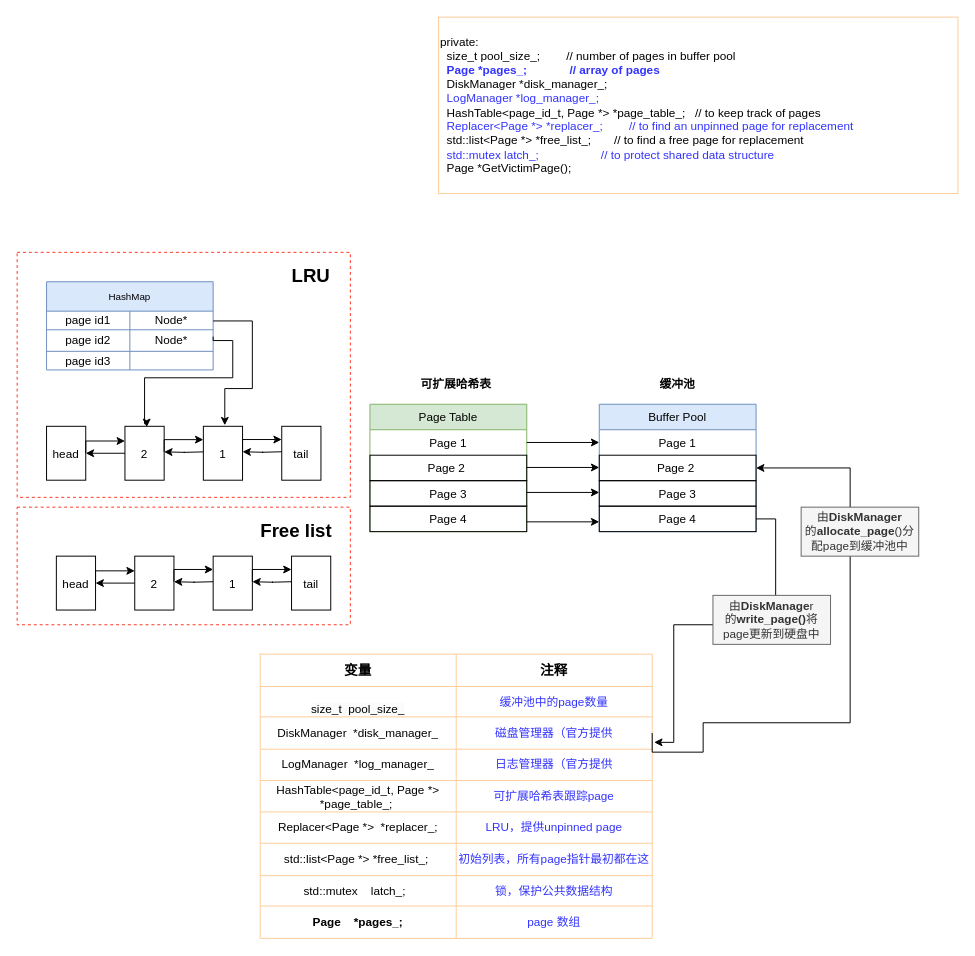
This is 未命名绘图.drawio from CrystalParaboy/cmu15445, a draw.io file, before an edit. Source tidied: cells renumbered, new cells numbered last; positions are measured from the earlier drawing's top-left corner, leaving out a move shared by most shapes. Both pictures are drawn from the tidied source at 98%, with x=0, y=0 at pixel (17, 17).
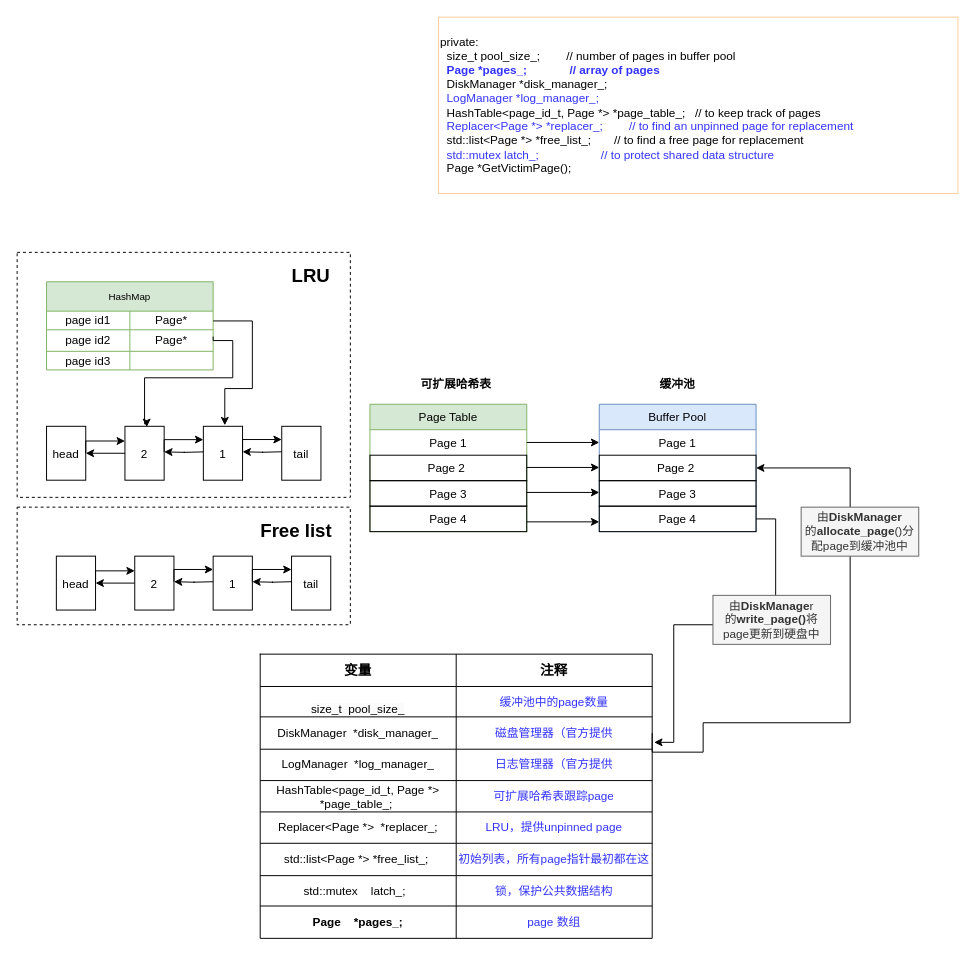
The same page after the edit.

The change refers to these unchanged cells:
```xml
<mxCell id="64" style="shape=tableRow;horizontal=0;startSize=0;swimlaneHead=0;swimlaneBody=0;top=0;left=0;bottom=0;right=0;fillColor=none;points=[[0,0.5],[1,0.5]];portConstraint=eastwest;" parent="63" vertex="1">
  <mxGeometry y="30" width="170" height="19" as="geometry" />
</mxCell>
<mxCell id="67" style="shape=tableRow;horizontal=0;startSize=0;swimlaneHead=0;swimlaneBody=0;top=0;left=0;bottom=0;right=0;fillColor=none;" parent="63" vertex="1">
  <mxGeometry y="49" width="170" height="22" as="geometry" />
</mxCell>
```

Diff of the diagram source:
```diff
@@
-    <mxCell id="2" style="rounded=0;whiteSpace=wrap;html=1;fontSize=10;strokeColor=#FF351F;dashed=1;" parent="1" vertex="1">
+    <mxCell id="2" style="rounded=0;whiteSpace=wrap;html=1;fontSize=10;dashed=1;" parent="1" vertex="1">
       <mxGeometry y="500" width="340" height="120" as="geometry" />
     </mxCell>
-    <mxCell id="3" style="rounded=0;whiteSpace=wrap;html=1;fontSize=10;strokeColor=#FF351F;dashed=1;" parent="1" vertex="1">
+    <mxCell id="3" style="rounded=0;whiteSpace=wrap;html=1;fontSize=10;dashed=1;" parent="1" vertex="1">
       <mxGeometry y="240" width="340" height="250" as="geometry" />
     </mxCell>
@@
-    <mxCell id="19" style="shape=table;startSize=0;childLayout=tableLayout;strokeColor=#FFCC99;fontColor=#3333FF;fillColor=default;" parent="1" vertex="1">
+    <mxCell id="19" style="shape=table;startSize=0;childLayout=tableLayout;" parent="1" vertex="1">
       <mxGeometry x="248" y="650" width="400" height="290" as="geometry" />
     </mxCell>
@@
-    <mxCell id="63" value="HashMap" style="shape=table;startSize=30;childLayout=tableLayout;fontSize=10;fillColor=#dae8fc;strokeColor=#6c8ebf;" parent="1" vertex="1">
+    <mxCell id="63" value="HashMap" style="shape=table;startSize=30;childLayout=tableLayout;fontSize=10;fillColor=#d5e8d4;strokeColor=#82b366;" parent="1" vertex="1">
       <mxGeometry x="30" y="270" width="170" height="90" as="geometry" />
     </mxCell>
@@
-    <mxCell id="66" value="Node*" style="shape=partialRectangle;html=1;whiteSpace=wrap;overflow=hidden;fillColor=none;top=0;left=0;bottom=0;right=0;" parent="64" vertex="1">
+    <mxCell id="66" value="Page*" style="shape=partialRectangle;html=1;whiteSpace=wrap;overflow=hidden;fillColor=none;top=0;left=0;bottom=0;right=0;" parent="64" vertex="1">
       <mxGeometry x="85" width="85" height="19" as="geometry" />
     </mxCell>
@@
-    <mxCell id="69" value="Node*" style="shape=partialRectangle;html=1;whiteSpace=wrap;overflow=hidden;fillColor=none;top=0;left=0;bottom=0;right=0;" parent="67" vertex="1">
+    <mxCell id="69" value="Page*" style="shape=partialRectangle;html=1;whiteSpace=wrap;overflow=hidden;fillColor=none;top=0;left=0;bottom=0;right=0;" parent="67" vertex="1">
       <mxGeometry x="85" width="85" height="22" as="geometry" />
     </mxCell>
```
